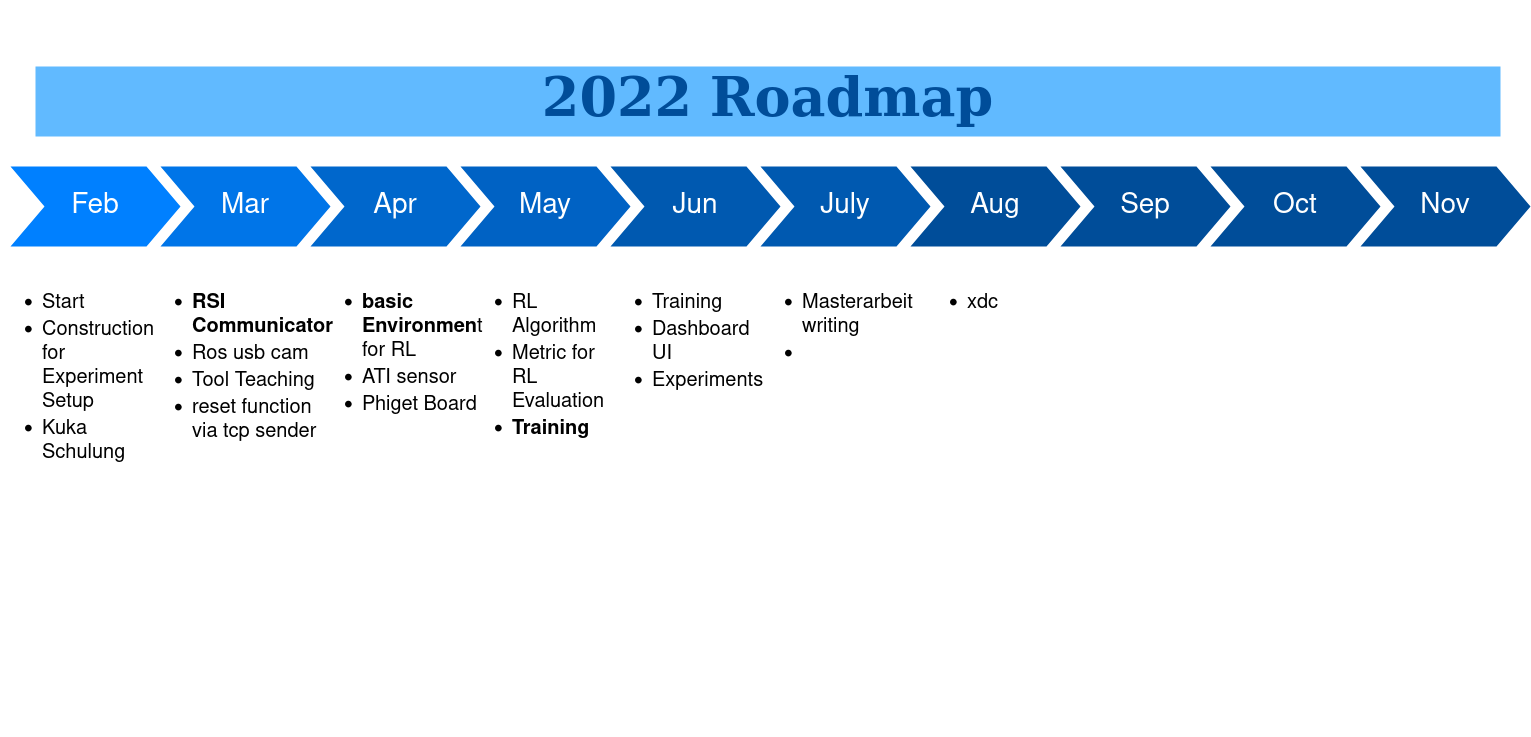
TONiiV/flowcharts keeps this draw.io diagram as Roadmap.drawio.png. Above is the earlier version. Source tidied: cells renumbered, new cells last; positions are measured from the earlier drawing's top-left corner, leaving out a move shared by most shapes. Its diagram source:
```xml
<mxGraphModel>
  <root>
    <mxCell id="0" />
    <mxCell id="1" parent="0" />
    <mxCell id="2" value="Feb" style="shape=step;whiteSpace=wrap;html=1;fontSize=28;fillColor=#0080FF;fontColor=#FFFFFF;strokeColor=none;" parent="1" vertex="1">
      <mxGeometry x="10" y="100" width="170" height="80" as="geometry" />
    </mxCell>
    <mxCell id="3" value="Mar" style="shape=step;whiteSpace=wrap;html=1;fontSize=28;fillColor=#0075E8;fontColor=#FFFFFF;strokeColor=none;" parent="1" vertex="1">
      <mxGeometry x="160" y="100" width="170" height="80" as="geometry" />
    </mxCell>
    <mxCell id="4" value="Apr" style="shape=step;whiteSpace=wrap;html=1;fontSize=28;fillColor=#0067CC;fontColor=#FFFFFF;strokeColor=none;" parent="1" vertex="1">
      <mxGeometry x="310" y="100" width="170" height="80" as="geometry" />
    </mxCell>
    <mxCell id="5" value="May" style="shape=step;whiteSpace=wrap;html=1;fontSize=28;fillColor=#0062C4;fontColor=#FFFFFF;strokeColor=none;" parent="1" vertex="1">
      <mxGeometry x="460" y="100" width="170" height="80" as="geometry" />
    </mxCell>
    <mxCell id="6" value="Jun" style="shape=step;whiteSpace=wrap;html=1;fontSize=28;fillColor=#0059B0;fontColor=#FFFFFF;strokeColor=none;" parent="1" vertex="1">
      <mxGeometry x="610" y="100" width="170" height="80" as="geometry" />
    </mxCell>
    <mxCell id="7" value="Aug" style="shape=step;whiteSpace=wrap;html=1;fontSize=28;fillColor=#004D99;fontColor=#FFFFFF;strokeColor=none;" parent="1" vertex="1">
      <mxGeometry x="910" y="100" width="170" height="80" as="geometry" />
    </mxCell>
    <mxCell id="8" value="&lt;h3&gt;&lt;font style=&quot;font-size: 54px&quot; face=&quot;Verdana&quot;&gt;2022&lt;/font&gt; &lt;font style=&quot;font-size: 54px&quot; face=&quot;Verdana&quot;&gt;Roadmap &lt;/font&gt;&lt;br&gt;&lt;/h3&gt;" style="text;html=1;strokeColor=none;fillColor=#61BAFF;align=center;verticalAlign=middle;whiteSpace=wrap;fontSize=54;fontStyle=1;fontColor=#004D99;" parent="1" vertex="1">
      <mxGeometry x="35" width="1465" height="70" as="geometry" />
    </mxCell>
    <mxCell id="9" value="&lt;ul style=&quot;font-size: 20px&quot;&gt;&lt;li&gt;Start&lt;/li&gt;&lt;li&gt;Construction for Experiment Setup&lt;/li&gt;&lt;li&gt;Kuka Schulung&lt;br&gt;&lt;/li&gt;&lt;/ul&gt;" style="text;spacingTop=-5;fillColor=#ffffff;whiteSpace=wrap;html=1;align=left;fontSize=12;fontFamily=Helvetica;fillColor=none;strokeColor=none;" parent="1" vertex="1">
      <mxGeometry y="200" width="140" height="470" as="geometry" />
    </mxCell>
    <mxCell id="10" value="&lt;ul style=&quot;font-size: 20px&quot;&gt;&lt;li&gt;&lt;b&gt;RSI Communicator&lt;/b&gt;&lt;/li&gt;&lt;li&gt;Ros usb cam&lt;/li&gt;&lt;li&gt;Tool Teaching&lt;/li&gt;&lt;li&gt;reset function via tcp sender&lt;br&gt;&lt;/li&gt;&lt;/ul&gt;" style="text;spacingTop=-5;fillColor=#ffffff;whiteSpace=wrap;html=1;align=left;fontSize=12;fontFamily=Helvetica;fillColor=none;strokeColor=none;" parent="1" vertex="1">
      <mxGeometry x="150" y="200" width="140" height="470" as="geometry" />
    </mxCell>
    <mxCell id="11" value="&lt;ul style=&quot;font-size: 20px&quot;&gt;&lt;li&gt;&lt;b&gt;basic Environmen&lt;/b&gt;t for RL&lt;/li&gt;&lt;li&gt;ATI sensor&lt;/li&gt;&lt;li&gt;Phiget Board&lt;br&gt;&lt;/li&gt;&lt;/ul&gt;" style="text;spacingTop=-5;fillColor=#ffffff;whiteSpace=wrap;html=1;align=left;fontSize=12;fontFamily=Helvetica;fillColor=none;strokeColor=none;" parent="1" vertex="1">
      <mxGeometry x="320" y="200" width="140" height="470" as="geometry" />
    </mxCell>
    <mxCell id="12" value="&lt;ul style=&quot;font-size: 20px&quot;&gt;&lt;li&gt;RL Algorithm&lt;/li&gt;&lt;li&gt;Metric for RL Evaluation&lt;/li&gt;&lt;li&gt;&lt;b&gt;Training&lt;/b&gt;&lt;br&gt;&lt;/li&gt;&lt;/ul&gt;" style="text;spacingTop=-5;fillColor=#ffffff;whiteSpace=wrap;html=1;align=left;fontSize=12;fontFamily=Helvetica;fillColor=none;strokeColor=none;" parent="1" vertex="1">
      <mxGeometry x="470" y="200" width="140" height="470" as="geometry" />
    </mxCell>
    <mxCell id="13" value="&lt;ul style=&quot;font-size: 20px&quot;&gt;&lt;li&gt;Training&lt;/li&gt;&lt;li&gt;Dashboard UI&lt;/li&gt;&lt;li&gt;Experiments&lt;br&gt;&lt;/li&gt;&lt;/ul&gt;" style="text;spacingTop=-5;fillColor=#ffffff;whiteSpace=wrap;html=1;align=left;fontSize=12;fontFamily=Helvetica;fillColor=none;strokeColor=none;" parent="1" vertex="1">
      <mxGeometry x="610" y="200" width="140" height="470" as="geometry" />
    </mxCell>
    <mxCell id="14" value="&lt;ul style=&quot;font-size: 20px&quot;&gt;&lt;li&gt;&lt;font style=&quot;font-size: 20px&quot;&gt;xdc&lt;br&gt;&lt;/font&gt;&lt;/li&gt;&lt;/ul&gt;" style="text;spacingTop=-5;fillColor=#ffffff;whiteSpace=wrap;html=1;align=left;fontSize=12;fontFamily=Helvetica;fillColor=none;strokeColor=none;" parent="1" vertex="1">
      <mxGeometry x="925" y="200" width="140" height="470" as="geometry" />
    </mxCell>
    <mxCell id="15" value="Sep" style="shape=step;whiteSpace=wrap;html=1;fontSize=28;fillColor=#004D99;fontColor=#FFFFFF;strokeColor=none;" parent="1" vertex="1">
      <mxGeometry x="1060" y="100" width="170" height="80" as="geometry" />
    </mxCell>
    <mxCell id="16" value="Oct" style="shape=step;whiteSpace=wrap;html=1;fontSize=28;fillColor=#004D99;fontColor=#FFFFFF;strokeColor=none;" parent="1" vertex="1">
      <mxGeometry x="1210" y="100" width="170" height="80" as="geometry" />
    </mxCell>
    <mxCell id="17" value="Nov" style="shape=step;whiteSpace=wrap;html=1;fontSize=28;fillColor=#004D99;fontColor=#FFFFFF;strokeColor=none;" parent="1" vertex="1">
      <mxGeometry x="1360" y="100" width="170" height="80" as="geometry" />
    </mxCell>
    <mxCell id="18" value="July" style="shape=step;whiteSpace=wrap;html=1;fontSize=28;fillColor=#0059B0;fontColor=#FFFFFF;strokeColor=none;" parent="1" vertex="1">
      <mxGeometry x="760" y="100" width="170" height="80" as="geometry" />
    </mxCell>
    <mxCell id="19" value="&lt;ul style=&quot;font-size: 20px&quot;&gt;&lt;li&gt;Masterarbeit writing&lt;/li&gt;&lt;li&gt;&lt;br&gt;&lt;/li&gt;&lt;/ul&gt;" style="text;spacingTop=-5;fillColor=#ffffff;whiteSpace=wrap;html=1;align=left;fontSize=12;fontFamily=Helvetica;fillColor=none;strokeColor=none;" parent="1" vertex="1">
      <mxGeometry x="760" y="200" width="140" height="470" as="geometry" />
    </mxCell>
  </root>
</mxGraphModel>
```
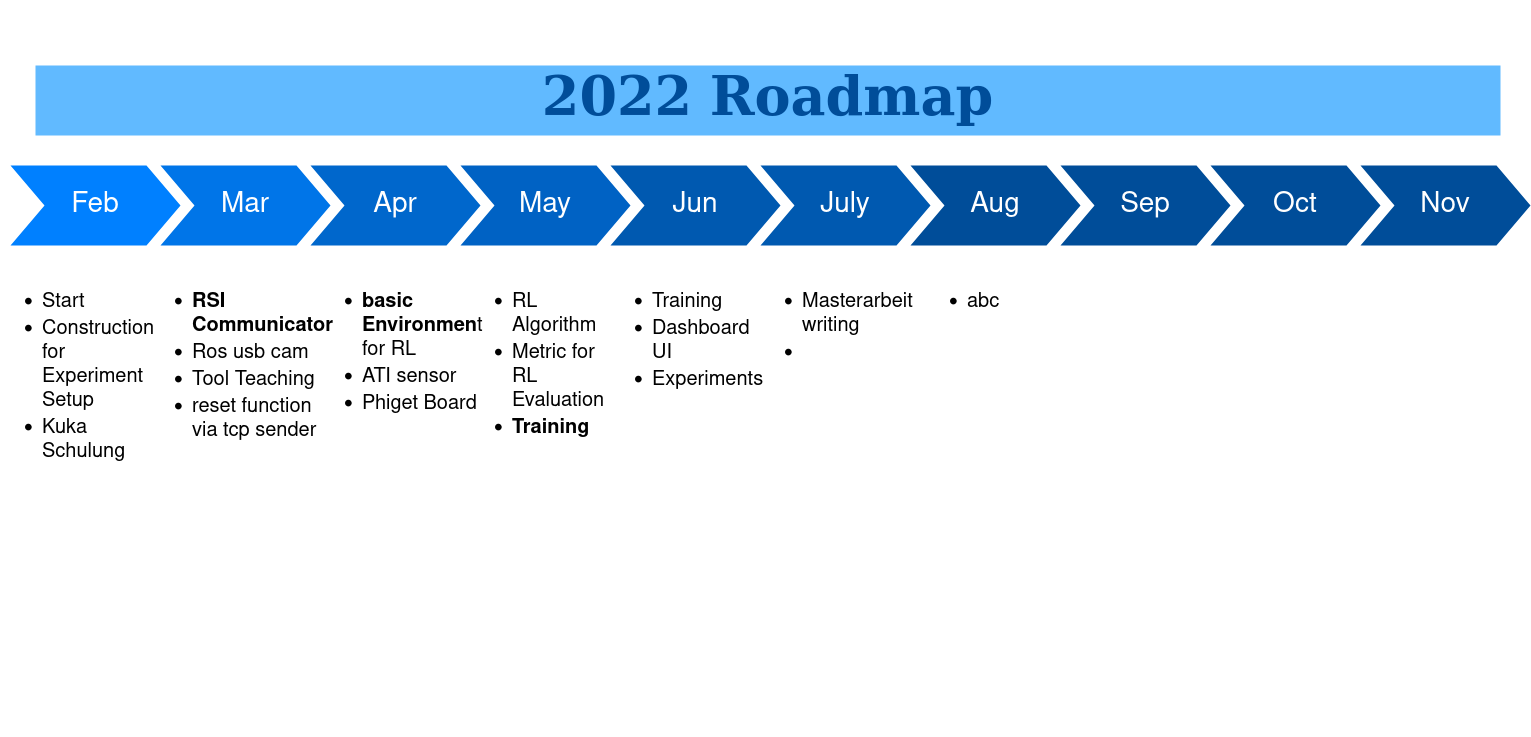
Above is the later version.

What changed in the source:
```diff
@@ -38,7 +38,7 @@
     <mxCell id="13" value="&lt;ul style=&quot;font-size: 20px&quot;&gt;&lt;li&gt;Training&lt;/li&gt;&lt;li&gt;Dashboard UI&lt;/li&gt;&lt;li&gt;Experiments&lt;br&gt;&lt;/li&gt;&lt;/ul&gt;" style="text;spacingTop=-5;fillColor=#ffffff;whiteSpace=wrap;html=1;align=left;fontSize=12;fontFamily=Helvetica;fillColor=none;strokeColor=none;" parent="1" vertex="1">
       <mxGeometry x="610" y="200" width="140" height="470" as="geometry" />
     </mxCell>
-    <mxCell id="14" value="&lt;ul style=&quot;font-size: 20px&quot;&gt;&lt;li&gt;&lt;font style=&quot;font-size: 20px&quot;&gt;xdc&lt;br&gt;&lt;/font&gt;&lt;/li&gt;&lt;/ul&gt;" style="text;spacingTop=-5;fillColor=#ffffff;whiteSpace=wrap;html=1;align=left;fontSize=12;fontFamily=Helvetica;fillColor=none;strokeColor=none;" parent="1" vertex="1">
+    <mxCell id="14" value="&lt;ul style=&quot;font-size: 20px&quot;&gt;&lt;li&gt;abc&lt;/li&gt;&lt;/ul&gt;" style="text;spacingTop=-5;fillColor=#ffffff;whiteSpace=wrap;html=1;align=left;fontSize=12;fontFamily=Helvetica;fillColor=none;strokeColor=none;" parent="1" vertex="1">
       <mxGeometry x="925" y="200" width="140" height="470" as="geometry" />
     </mxCell>
     <mxCell id="15" value="Sep" style="shape=step;whiteSpace=wrap;html=1;fontSize=28;fillColor=#004D99;fontColor=#FFFFFF;strokeColor=none;" parent="1" vertex="1">
```
